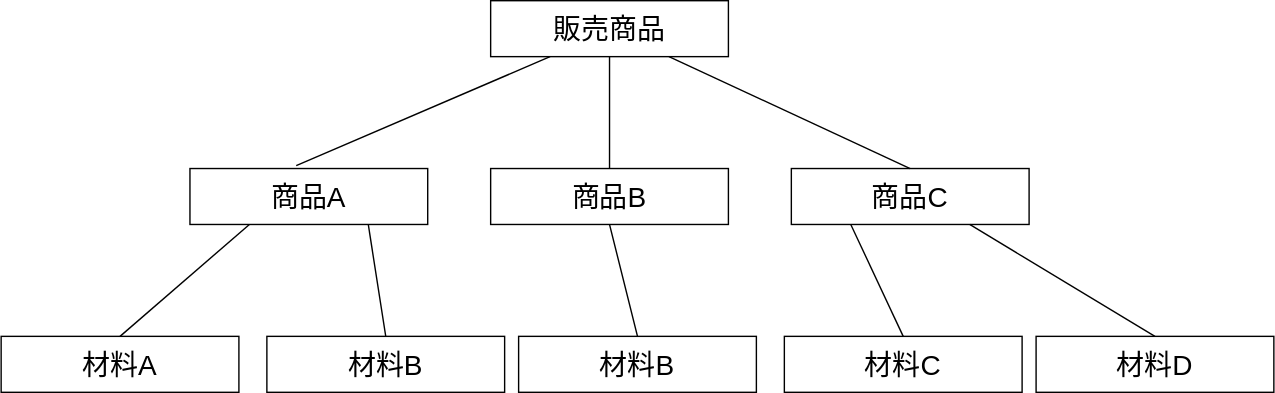
koseki2580/study-docs keeps this draw.io diagram as static/img/svg/Database/data-model/data-model-1.drawio.svg. Above is the earlier version. Source tidied: cells renumbered, new cells last; positions are measured from the earlier drawing's top-left corner, leaving out a move shared by most shapes.
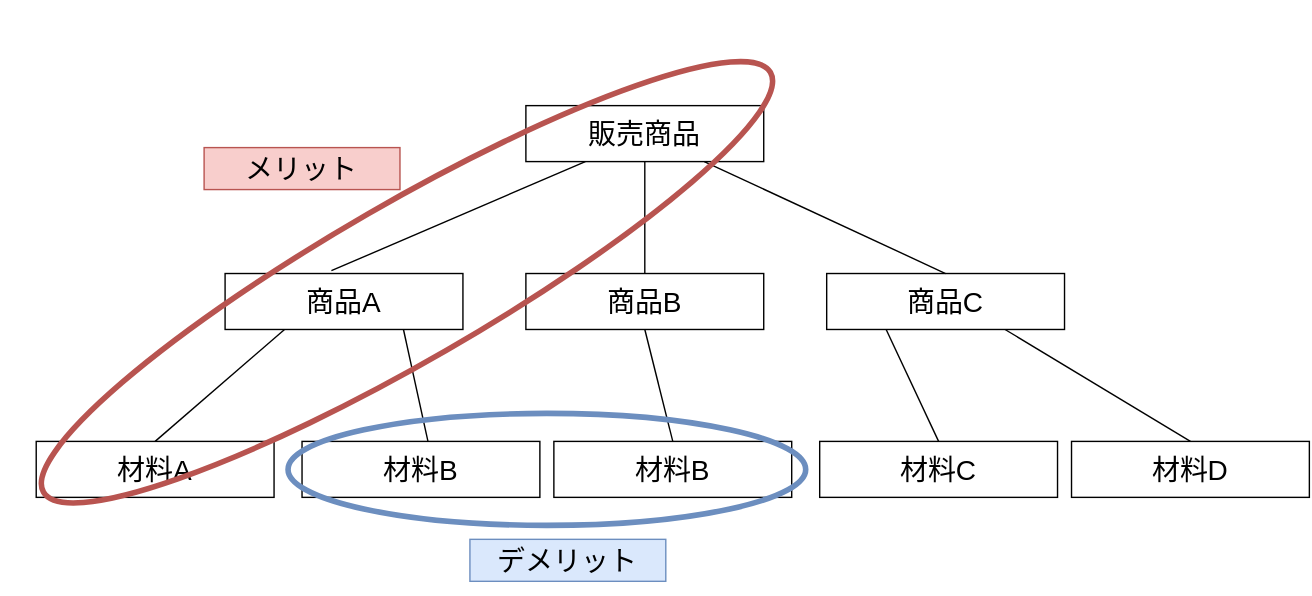
The same diagram one commit later.

The edit, as a diff of the source:
```diff
@@ -3,7 +3,7 @@
     <mxCell id="0" />
     <mxCell id="1" parent="0" />
     <mxCell id="2" style="group;" parent="1" vertex="1">
-      <mxGeometry width="910" height="280" as="geometry" />
+      <mxGeometry width="910" height="350" as="geometry" />
     </mxCell>
     <mxCell id="3" value="販売商品" style="rounded=0;whiteSpace=wrap;html=1;fontSize=20;" parent="2" vertex="1">
       <mxGeometry x="350" width="170" height="40" as="geometry" />
@@ -44,8 +44,10 @@
     <mxCell id="15" style="endArrow=none;html=1;fontSize=20;exitX=0.5;exitY=0;exitDx=0;exitDy=0;entryX=0.25;entryY=1;entryDx=0;entryDy=0;" parent="2" edge="1" source="10" target="4">
       <mxGeometry relative="1" as="geometry" />
     </mxCell>
-    <mxCell id="16" style="endArrow=none;html=1;fontSize=20;exitX=0.5;exitY=0;exitDx=0;exitDy=0;entryX=0.75;entryY=1;entryDx=0;entryDy=0;" parent="2" edge="1" source="11" target="4">
-      <mxGeometry relative="1" as="geometry" />
+    <mxCell id="16" style="endArrow=none;html=1;fontSize=20;entryX=0.75;entryY=1;entryDx=0;entryDy=0;startArrow=none;" parent="2" edge="1" target="4">
+      <mxGeometry relative="1" as="geometry">
+        <mxPoint x="280" y="240" as="sourcePoint" />
+      </mxGeometry>
     </mxCell>
     <mxCell id="17" style="endArrow=none;html=1;fontSize=20;exitX=0.5;exitY=0;exitDx=0;exitDy=0;entryX=0.5;entryY=1;entryDx=0;entryDy=0;" parent="2" edge="1" source="12" target="5">
       <mxGeometry relative="1" as="geometry" />
@@ -56,5 +58,17 @@
     <mxCell id="19" style="endArrow=none;html=1;fontSize=20;exitX=0.5;exitY=0;exitDx=0;exitDy=0;entryX=0.75;entryY=1;entryDx=0;entryDy=0;" parent="2" edge="1" source="14" target="6">
       <mxGeometry relative="1" as="geometry" />
     </mxCell>
+    <mxCell id="20" style="ellipse;whiteSpace=wrap;html=1;fontSize=20;fillColor=none;strokeColor=#6c8ebf;strokeWidth=4;" parent="2" vertex="1">
+      <mxGeometry x="180" y="220" width="370" height="80" as="geometry" />
+    </mxCell>
+    <mxCell id="21" value="メリット" style="text;html=1;strokeColor=#b85450;fillColor=#f8cecc;align=center;verticalAlign=middle;whiteSpace=wrap;rounded=0;fontSize=20;" parent="2" vertex="1">
+      <mxGeometry x="120" y="30" width="140" height="30" as="geometry" />
+    </mxCell>
+    <mxCell id="22" value="デメリット" style="text;html=1;strokeColor=#6c8ebf;fillColor=#dae8fc;align=center;verticalAlign=middle;whiteSpace=wrap;rounded=0;fontSize=20;" parent="2" vertex="1">
+      <mxGeometry x="310" y="310" width="140" height="30" as="geometry" />
+    </mxCell>
+    <mxCell id="23" style="ellipse;whiteSpace=wrap;html=1;fontSize=20;strokeWidth=4;fillColor=none;rotation=-30;strokeColor=#b85450;" parent="2" vertex="1">
+      <mxGeometry x="-35" y="70" width="600" height="112.5" as="geometry" />
+    </mxCell>
   </root>
 </mxGraphModel>
```
